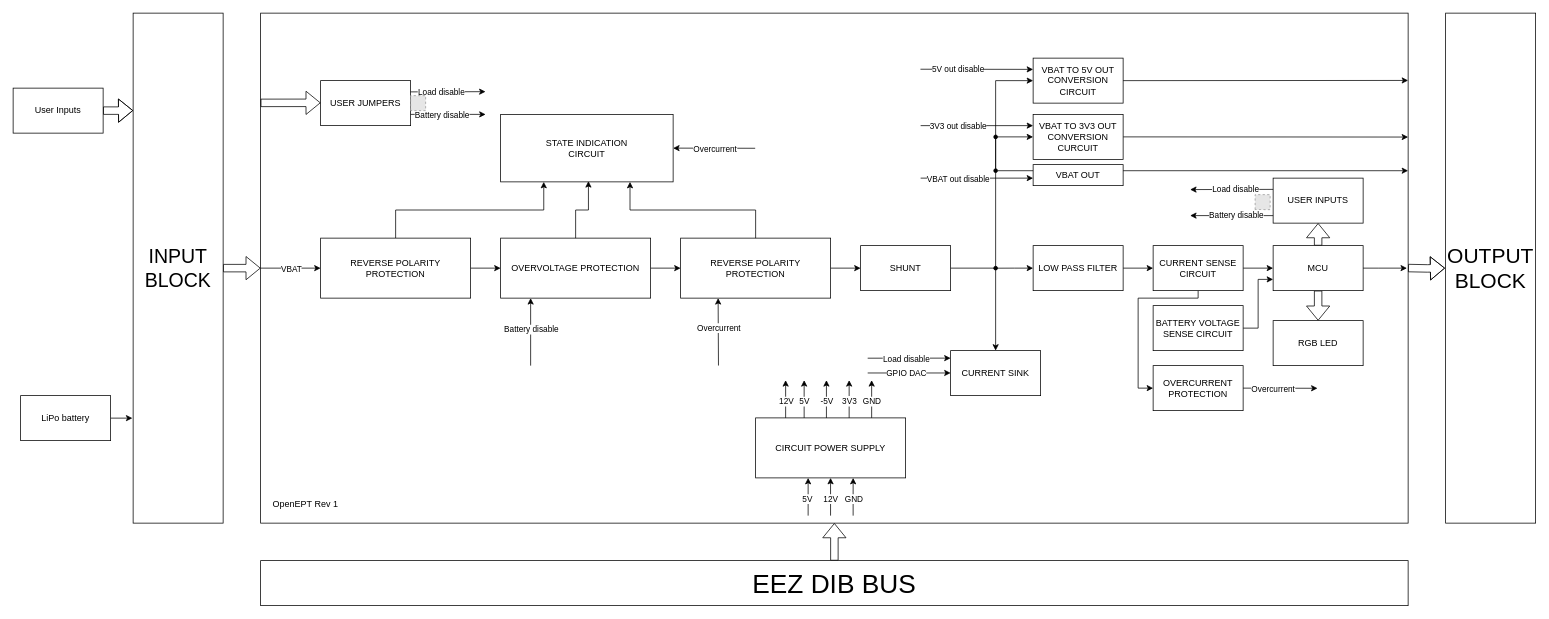
turkmanovic/OpenEPT keeps this draw.io diagram as Hardware/block_diagram_rev1.drawio. Above is the earlier version. Source tidied: cells renumbered, new cells numbered last; positions are measured from the earlier drawing's top-left corner, leaving out a move shared by most shapes. Both pictures are drawn from the tidied source at 75%, with x=0, y=0 at pixel (13, 13). Pictures stored in the file or linked from it are replaced by grey dashed boxes.
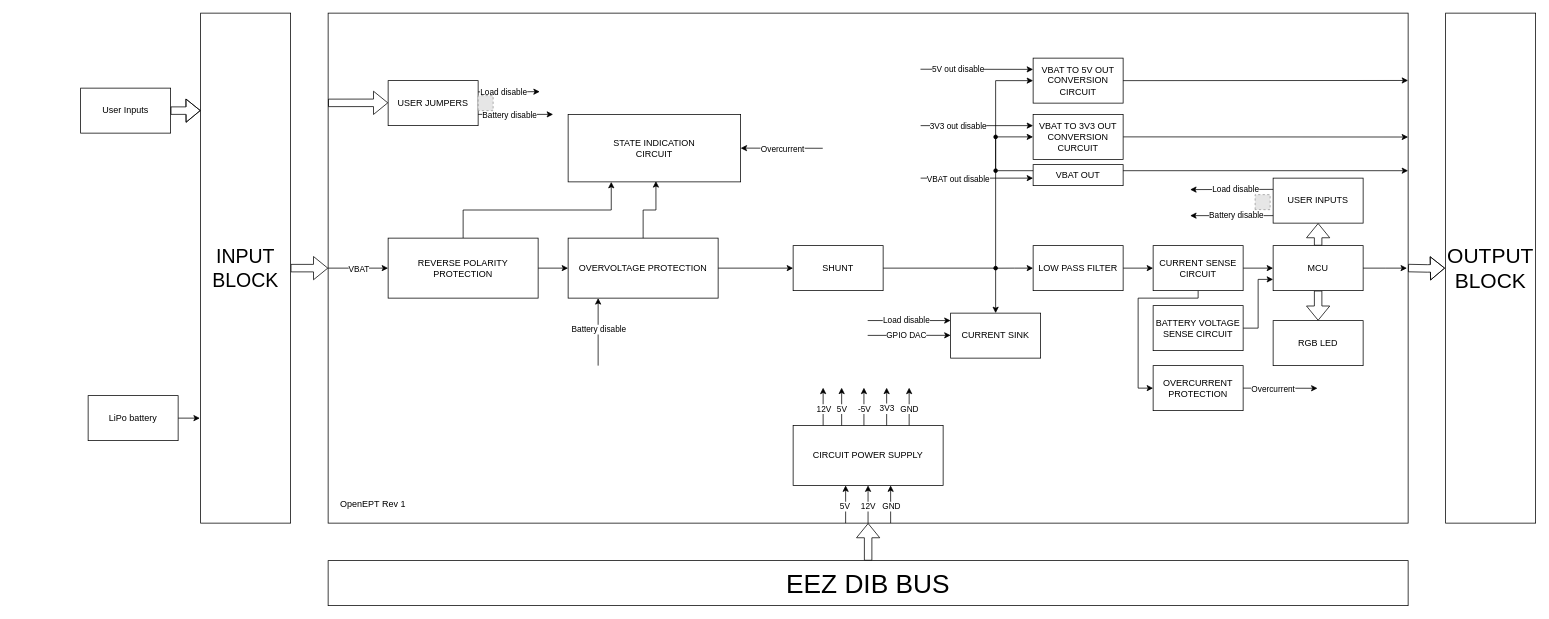
The same page after the edit.

Commit message:
update block scheme

Unchanged cells that the change refers to:
```xml
<mxCell id="15" value="MCU" style="rounded=0;whiteSpace=wrap;html=1;" parent="1" vertex="1">
  <mxGeometry x="1680" y="310" width="120" height="60" as="geometry" />
</mxCell>
<mxCell id="56" value="VBAT TO 5V OUT CONVERSION CIRCUIT" style="rounded=0;whiteSpace=wrap;html=1;" parent="1" vertex="1">
  <mxGeometry x="1360" y="60" width="120" height="60" as="geometry" />
</mxCell>
<mxCell id="58" value="VBAT TO 3V3 OUT CONVERSION CURCUIT" style="rounded=0;whiteSpace=wrap;html=1;" parent="1" vertex="1">
  <mxGeometry x="1360" y="135" width="120" height="60" as="geometry" />
</mxCell>
<mxCell id="59" value="USER INPUTS" style="rounded=0;whiteSpace=wrap;html=1;" parent="1" vertex="1">
  <mxGeometry x="1680" y="220" width="120" height="60" as="geometry" />
</mxCell>
<mxCell id="93" style="ellipse;whiteSpace=wrap;html=1;fillColor=#000000;" parent="1" vertex="1">
  <mxGeometry x="1307.5" y="207.5" width="5" height="5" as="geometry" />
</mxCell>
```

The edit, as a diff of the source:
```diff
@@
     <mxCell id="2" style="rounded=0;whiteSpace=wrap;html=1;fillColor=default;" parent="1" vertex="1">
-      <mxGeometry x="330" width="1530" height="680" as="geometry" />
+      <mxGeometry x="420" width="1440" height="680" as="geometry" />
     </mxCell>
@@
     <mxCell id="6" style="edgeStyle=orthogonalEdgeStyle;rounded=0;orthogonalLoop=1;jettySize=auto;html=1;exitX=0.25;exitY=1;exitDx=0;exitDy=0;startArrow=classic;startFill=1;endArrow=none;endFill=0;" parent="1" edge="1">
       <mxGeometry relative="1" as="geometry">
-        <mxPoint x="1060" y="619.7" as="sourcePoint" />
-        <mxPoint x="1060" y="670" as="targetPoint" />
+        <mxPoint x="1110" y="629.7" as="sourcePoint" />
+        <mxPoint x="1110" y="680" as="targetPoint" />
       </mxGeometry>
     </mxCell>
@@
     <mxCell id="12" value="&lt;div&gt;REVERSE POLARITY&lt;/div&gt;&lt;div&gt;PROTECTION&lt;br&gt;&lt;/div&gt;" style="rounded=0;whiteSpace=wrap;html=1;" parent="1" vertex="1">
-      <mxGeometry x="410" y="300" width="200" height="80" as="geometry" />
+      <mxGeometry x="500" y="300" width="200" height="80" as="geometry" />
     </mxCell>
@@
     <mxCell id="16" value="&lt;div&gt;STATE INDICATION&lt;/div&gt;CIRCUIT" style="rounded=0;whiteSpace=wrap;html=1;" parent="1" vertex="1">
-      <mxGeometry x="650" y="135" width="230" height="90" as="geometry" />
+      <mxGeometry x="740" y="135" width="230" height="90" as="geometry" />
     </mxCell>
@@
     <mxCell id="18" value="CURRENT SINK" style="rounded=0;whiteSpace=wrap;html=1;" parent="1" vertex="1">
-      <mxGeometry x="1250" y="450" width="120" height="60" as="geometry" />
+      <mxGeometry x="1250" y="400" width="120" height="60" as="geometry" />
     </mxCell>
@@
     <mxCell id="20" value="&lt;font style=&quot;font-size: 26px;&quot;&gt;INPUT BLOCK&lt;/font&gt;" style="rounded=0;whiteSpace=wrap;html=1;" parent="1" vertex="1">
-      <mxGeometry x="160" width="120" height="680" as="geometry" />
+      <mxGeometry x="250" width="120" height="680" as="geometry" />
     </mxCell>
@@
     <mxCell id="23" value="&lt;font style=&quot;font-size: 35px;&quot;&gt;EEZ DIB BUS&lt;/font&gt;" style="rounded=0;whiteSpace=wrap;html=1;" parent="1" vertex="1">
-      <mxGeometry x="330" y="730" width="1530" height="60" as="geometry" />
+      <mxGeometry x="420" y="730" width="1440" height="60" as="geometry" />
     </mxCell>
     <mxCell id="24" value="User Inputs" style="rounded=0;whiteSpace=wrap;html=1;" parent="1" vertex="1">
-      <mxGeometry y="100" width="120" height="60" as="geometry" />
+      <mxGeometry x="90" y="100" width="120" height="60" as="geometry" />
     </mxCell>
     <mxCell id="25" value="OpenEPT Rev 1 " style="text;html=1;align=center;verticalAlign=middle;whiteSpace=wrap;rounded=0;" parent="1" vertex="1">
-      <mxGeometry x="340" y="640" width="100" height="30" as="geometry" />
+      <mxGeometry x="430" y="640" width="100" height="30" as="geometry" />
     </mxCell>
@@
     <mxCell id="28" style="edgeStyle=orthogonalEdgeStyle;rounded=0;jettySize=auto;html=1;exitX=1;exitY=0.5;exitDx=0;exitDy=0;entryX=-0.008;entryY=0.795;entryDx=0;entryDy=0;entryPerimeter=0;" parent="1" edge="1" target="20">
       <mxGeometry relative="1" as="geometry">
-        <mxPoint x="130" y="540" as="sourcePoint" />
+        <mxPoint x="220" y="540" as="sourcePoint" />
       </mxGeometry>
     </mxCell>
     <mxCell id="29" value="LiPo battery" style="rounded=0;whiteSpace=wrap;html=1;" parent="1" vertex="1">
-      <mxGeometry x="10" y="510" width="120" height="60" as="geometry" />
+      <mxGeometry x="100" y="510" width="120" height="60" as="geometry" />
     </mxCell>
-    <mxCell id="30" style="edgeStyle=orthogonalEdgeStyle;rounded=0;jettySize=auto;html=1;exitX=1;exitY=0.5;exitDx=0;exitDy=0;entryX=0;entryY=0.5;entryDx=0;entryDy=0;" parent="1" edge="1" source="31" target="33">
+    <mxCell id="30" style="edgeStyle=orthogonalEdgeStyle;rounded=0;jettySize=auto;html=1;exitX=1;exitY=0.5;exitDx=0;exitDy=0;entryX=0;entryY=0.5;entryDx=0;entryDy=0;" parent="1" edge="1" source="31" target="52">
       <mxGeometry relative="1" as="geometry" />
     </mxCell>
     <mxCell id="31" value="OVERVOLTAGE PROTECTION" style="rounded=0;whiteSpace=wrap;html=1;" parent="1" vertex="1">
-      <mxGeometry x="650" y="300" width="200" height="80" as="geometry" />
+      <mxGeometry x="740" y="300" width="200" height="80" as="geometry" />
     </mxCell>
-    <mxCell id="32" style="edgeStyle=orthogonalEdgeStyle;rounded=0;jettySize=auto;html=1;exitX=1;exitY=0.5;exitDx=0;exitDy=0;entryX=0;entryY=0.5;entryDx=0;entryDy=0;" parent="1" edge="1" source="33" target="52">
-      <mxGeometry relative="1" as="geometry" />
-    </mxCell>
-    <mxCell id="33" value="&lt;div&gt;REVERSE POLARITY&lt;/div&gt;&lt;div&gt;PROTECTION&lt;br&gt;&lt;/div&gt;" style="rounded=0;whiteSpace=wrap;html=1;" parent="1" vertex="1">
-      <mxGeometry x="890" y="300" width="200" height="80" as="geometry" />
-    </mxCell>
     <mxCell id="34" style="edgeStyle=orthogonalEdgeStyle;rounded=0;orthogonalLoop=1;jettySize=auto;html=1;exitX=0.25;exitY=1;exitDx=0;exitDy=0;startArrow=classic;startFill=1;endArrow=none;endFill=0;" parent="1" edge="1">
       <mxGeometry relative="1" as="geometry">
-        <mxPoint x="1089.9" y="619.7" as="sourcePoint" />
-        <mxPoint x="1089.9" y="670" as="targetPoint" />
+        <mxPoint x="1139.9" y="629.7" as="sourcePoint" />
+        <mxPoint x="1139.9" y="680" as="targetPoint" />
       </mxGeometry>
     </mxCell>
@@
     <mxCell id="36" style="edgeStyle=orthogonalEdgeStyle;rounded=0;orthogonalLoop=1;jettySize=auto;html=1;exitX=0.25;exitY=1;exitDx=0;exitDy=0;startArrow=classic;startFill=1;endArrow=none;endFill=0;" parent="1" edge="1">
       <mxGeometry relative="1" as="geometry">
-        <mxPoint x="1120" y="619.7" as="sourcePoint" />
-        <mxPoint x="1120" y="670" as="targetPoint" />
+        <mxPoint x="1170" y="629.7" as="sourcePoint" />
+        <mxPoint x="1170" y="680" as="targetPoint" />
       </mxGeometry>
     </mxCell>
@@
     <mxCell id="38" value="CIRCUIT POWER SUPPLY" style="rounded=0;whiteSpace=wrap;html=1;" parent="1" vertex="1">
-      <mxGeometry x="990" y="539.7" width="200" height="80" as="geometry" />
+      <mxGeometry x="1040" y="549.7" width="200" height="80" as="geometry" />
     </mxCell>
     <mxCell id="39" style="edgeStyle=orthogonalEdgeStyle;rounded=0;orthogonalLoop=1;jettySize=auto;html=1;exitX=0.25;exitY=1;exitDx=0;exitDy=0;startArrow=classic;startFill=1;endArrow=none;endFill=0;" parent="1" edge="1">
       <mxGeometry relative="1" as="geometry">
-        <mxPoint x="1054.7" y="489.4" as="sourcePoint" />
-        <mxPoint x="1054.7" y="539.7" as="targetPoint" />
+        <mxPoint x="1104.7" y="499.4" as="sourcePoint" />
+        <mxPoint x="1104.7" y="549.7" as="targetPoint" />
       </mxGeometry>
     </mxCell>
@@
     <mxCell id="41" style="edgeStyle=orthogonalEdgeStyle;rounded=0;orthogonalLoop=1;jettySize=auto;html=1;exitX=0.25;exitY=1;exitDx=0;exitDy=0;startArrow=classic;startFill=1;endArrow=none;endFill=0;" parent="1" edge="1">
       <mxGeometry relative="1" as="geometry">
-        <mxPoint x="1084.4" y="489.4" as="sourcePoint" />
-        <mxPoint x="1084.4" y="539.7" as="targetPoint" />
+        <mxPoint x="1134.4" y="499.4" as="sourcePoint" />
+        <mxPoint x="1134.4" y="549.7" as="targetPoint" />
       </mxGeometry>
     </mxCell>
@@
     <mxCell id="43" style="edgeStyle=orthogonalEdgeStyle;rounded=0;orthogonalLoop=1;jettySize=auto;html=1;exitX=0.25;exitY=1;exitDx=0;exitDy=0;startArrow=classic;startFill=1;endArrow=none;endFill=0;" parent="1" edge="1">
       <mxGeometry relative="1" as="geometry">
-        <mxPoint x="1114.7" y="489.4" as="sourcePoint" />
-        <mxPoint x="1114.7" y="539.7" as="targetPoint" />
+        <mxPoint x="1164.7" y="499.4" as="sourcePoint" />
+        <mxPoint x="1164.7" y="549.7" as="targetPoint" />
       </mxGeometry>
     </mxCell>
@@
     <mxCell id="46" style="edgeStyle=orthogonalEdgeStyle;rounded=0;orthogonalLoop=1;jettySize=auto;html=1;exitX=0.25;exitY=1;exitDx=0;exitDy=0;startArrow=classic;startFill=1;endArrow=none;endFill=0;" parent="1" edge="1">
       <mxGeometry relative="1" as="geometry">
-        <mxPoint x="1144.7" y="489.4" as="sourcePoint" />
-        <mxPoint x="1144.7" y="539.7" as="targetPoint" />
+        <mxPoint x="1194.7" y="499.4" as="sourcePoint" />
+        <mxPoint x="1194.7" y="549.7" as="targetPoint" />
       </mxGeometry>
     </mxCell>
@@
     <mxCell id="52" value="SHUNT" style="rounded=0;whiteSpace=wrap;html=1;" parent="1" vertex="1">
-      <mxGeometry x="1130" y="310" width="120" height="60" as="geometry" />
+      <mxGeometry x="1040" y="310" width="120" height="60" as="geometry" />
     </mxCell>
@@
-    <mxCell id="57" style="rounded=0;jettySize=auto;html=1;exitX=1;exitY=0.5;exitDx=0;exitDy=0;entryX=1;entryY=0.243;entryDx=0;entryDy=0;entryPerimeter=0;" parent="1" edge="1" source="58" target="2">
-      <mxGeometry relative="1" as="geometry" />
+    <mxCell id="57" style="rounded=0;jettySize=auto;html=1;exitX=1;exitY=0.5;exitDx=0;exitDy=0;entryX=1;entryY=0.243;entryDx=0;entryDy=0;entryPerimeter=0;" parent="1" edge="1" source="58">
+      <mxGeometry relative="1" as="geometry">
+        <mxPoint x="1860" y="165.2" as="targetPoint" />
+      </mxGeometry>
     </mxCell>
@@
-    <mxCell id="61" style="endArrow=classic;html=1;rounded=0;edgeStyle=orthogonalEdgeStyle;entryX=1;entryY=0.309;entryDx=0;entryDy=0;entryPerimeter=0;" parent="1" edge="1" source="93" target="2">
+    <mxCell id="61" style="endArrow=classic;html=1;rounded=0;edgeStyle=orthogonalEdgeStyle;entryX=1;entryY=0.309;entryDx=0;entryDy=0;entryPerimeter=0;" parent="1" edge="1" source="93">
       <mxGeometry relative="1" as="geometry">
+        <mxPoint x="1860" y="210.1" as="targetPoint" />
         <Array as="points">
           <mxPoint x="1310" y="210" />
         </Array>
       </mxGeometry>
     </mxCell>
-    <mxCell id="62" style="edgeStyle=orthogonalEdgeStyle;rounded=0;jettySize=auto;html=1;exitX=1;exitY=0.5;exitDx=0;exitDy=0;entryX=0.999;entryY=0.5;entryDx=0;entryDy=0;entryPerimeter=0;" parent="1" edge="1" source="15" target="2">
-      <mxGeometry relative="1" as="geometry" />
+    <mxCell id="62" style="edgeStyle=orthogonalEdgeStyle;rounded=0;jettySize=auto;html=1;exitX=1;exitY=0.5;exitDx=0;exitDy=0;entryX=0.999;entryY=0.5;entryDx=0;entryDy=0;entryPerimeter=0;" parent="1" edge="1" source="15">
+      <mxGeometry relative="1" as="geometry">
+        <mxPoint x="1858.5" y="340" as="targetPoint" />
+      </mxGeometry>
     </mxCell>
@@
-    <mxCell id="64" style="rounded=0;jettySize=auto;html=1;exitX=1;exitY=0.5;exitDx=0;exitDy=0;entryX=1;entryY=0.132;entryDx=0;entryDy=0;entryPerimeter=0;" parent="1" edge="1" source="56" target="2">
-      <mxGeometry relative="1" as="geometry" />
+    <mxCell id="64" style="rounded=0;jettySize=auto;html=1;exitX=1;exitY=0.5;exitDx=0;exitDy=0;entryX=1;entryY=0.132;entryDx=0;entryDy=0;entryPerimeter=0;" parent="1" edge="1" source="56">
+      <mxGeometry relative="1" as="geometry">
+        <mxPoint x="1860" y="89.8" as="targetPoint" />
+      </mxGeometry>
     </mxCell>
@@
-    <mxCell id="66" style="edgeStyle=orthogonalEdgeStyle;rounded=0;jettySize=auto;html=1;exitX=0.5;exitY=0;exitDx=0;exitDy=0;entryX=0.75;entryY=1;entryDx=0;entryDy=0;" parent="1" edge="1" source="33" target="16">
-      <mxGeometry relative="1" as="geometry" />
-    </mxCell>
-    <mxCell id="67" style="rounded=0;jettySize=auto;html=1;exitX=0;exitY=0.25;exitDx=0;exitDy=0;entryX=0.81;entryY=0.346;entryDx=0;entryDy=0;entryPerimeter=0;" parent="1" edge="1" source="59" target="2">
-      <mxGeometry relative="1" as="geometry" />
+    <mxCell id="67" style="rounded=0;jettySize=auto;html=1;exitX=0;exitY=0.25;exitDx=0;exitDy=0;entryX=0.81;entryY=0.346;entryDx=0;entryDy=0;entryPerimeter=0;" parent="1" edge="1" source="59">
+      <mxGeometry relative="1" as="geometry">
+        <mxPoint x="1569.3" y="235.3" as="targetPoint" />
+      </mxGeometry>
     </mxCell>
@@
-    <mxCell id="70" style="rounded=0;jettySize=auto;html=1;exitX=0;exitY=0.25;exitDx=0;exitDy=0;entryX=0.81;entryY=0.397;entryDx=0;entryDy=0;entryPerimeter=0;" parent="1" edge="1" target="2">
+    <mxCell id="70" style="rounded=0;orthogonalLoop=1;jettySize=auto;html=1;exitX=0;exitY=0.25;exitDx=0;exitDy=0;entryX=0.81;entryY=0.397;entryDx=0;entryDy=0;entryPerimeter=0;" parent="1" edge="1">
       <mxGeometry relative="1" as="geometry">
         <mxPoint x="1680" y="270" as="sourcePoint" />
+        <mxPoint x="1569.3" y="270" as="targetPoint" />
       </mxGeometry>
     </mxCell>
@@
     <mxCell id="72" value="USER JUMPERS" style="rounded=0;whiteSpace=wrap;html=1;" parent="1" vertex="1">
-      <mxGeometry x="410" y="90" width="120" height="60" as="geometry" />
+      <mxGeometry x="500" y="90" width="120" height="60" as="geometry" />
     </mxCell>
     <mxCell id="73" style="rounded=0;jettySize=auto;html=1;exitX=0;exitY=0.176;exitDx=0;exitDy=0;entryX=0;entryY=0.191;entryDx=0;entryDy=0;entryPerimeter=0;shape=flexArrow;exitPerimeter=0;" parent="1" edge="1" source="2">
       <mxGeometry relative="1" as="geometry">
-        <mxPoint x="410" y="119.6" as="targetPoint" />
+        <mxPoint x="500" y="119.6" as="targetPoint" />
       </mxGeometry>
     </mxCell>
@@
     <mxCell id="76" style="rounded=0;orthogonalLoop=1;jettySize=auto;html=1;exitX=1;exitY=0.25;exitDx=0;exitDy=0;entryX=0.196;entryY=0.154;entryDx=0;entryDy=0;entryPerimeter=0;" parent="1" edge="1">
       <mxGeometry relative="1" as="geometry">
-        <mxPoint x="530" y="135" as="sourcePoint" />
-        <mxPoint x="630" y="135" as="targetPoint" />
+        <mxPoint x="620" y="135" as="sourcePoint" />
+        <mxPoint x="720" y="135" as="targetPoint" />
       </mxGeometry>
     </mxCell>
@@
     <mxCell id="78" style="fillColor=#E6E6E6;strokeColor=#999999;dashed=1;html=1;verticalAlign=top;verticalLabelPosition=bottom;labelBackgroundColor=#ffffff;rotation=-90;" parent="1" vertex="1">
-      <mxGeometry x="530" y="110" width="20" height="20" as="geometry" />
+      <mxGeometry x="620" y="110" width="20" height="20" as="geometry" />
     </mxCell>
-    <mxCell id="79" style="rounded=0;jettySize=auto;html=1;exitX=1;exitY=0.5;exitDx=0;exitDy=0;startArrow=classic;startFill=1;endArrow=none;endFill=0;entryX=0.431;entryY=0.265;entryDx=0;entryDy=0;entryPerimeter=0;" parent="1" edge="1" source="16" target="2">
+    <mxCell id="79" style="rounded=0;jettySize=auto;html=1;exitX=1;exitY=0.5;exitDx=0;exitDy=0;startArrow=classic;startFill=1;endArrow=none;endFill=0;entryX=0.458;entryY=0.265;entryDx=0;entryDy=0;entryPerimeter=0;" parent="1" edge="1" source="16" target="2">
       <mxGeometry relative="1" as="geometry" />
     </mxCell>
@@
     <mxCell id="83" style="rounded=0;orthogonalLoop=1;jettySize=auto;html=1;exitX=0;exitY=0.5;exitDx=0;exitDy=0;entryX=0.529;entryY=0.706;entryDx=0;entryDy=0;entryPerimeter=0;endArrow=none;endFill=0;startArrow=classic;startFill=1;" parent="1" edge="1">
       <mxGeometry relative="1" as="geometry">
-        <mxPoint x="1250" y="460" as="sourcePoint" />
-        <mxPoint x="1139.4" y="460.1" as="targetPoint" />
+        <mxPoint x="1250" y="409.9" as="sourcePoint" />
+        <mxPoint x="1139.4" y="409.9" as="targetPoint" />
       </mxGeometry>
     </mxCell>
@@
     <mxCell id="85" style="edgeStyle=orthogonalEdgeStyle;rounded=0;orthogonalLoop=1;jettySize=auto;html=1;exitX=0.25;exitY=1;exitDx=0;exitDy=0;startArrow=classic;startFill=1;endArrow=none;endFill=0;" parent="1" edge="1">
       <mxGeometry relative="1" as="geometry">
-        <mxPoint x="1030" y="489.4" as="sourcePoint" />
-        <mxPoint x="1030" y="539.7" as="targetPoint" />
+        <mxPoint x="1080" y="499.4" as="sourcePoint" />
+        <mxPoint x="1080" y="549.7" as="targetPoint" />
       </mxGeometry>
     </mxCell>
@@
-    <mxCell id="88" style="rounded=0;jettySize=auto;html=1;exitX=0;exitY=0.25;exitDx=0;exitDy=0;entryX=0.575;entryY=0.11;entryDx=0;entryDy=0;entryPerimeter=0;startArrow=classic;startFill=1;endArrow=none;endFill=0;" parent="1" edge="1" source="56" target="2">
-      <mxGeometry relative="1" as="geometry" />
+    <mxCell id="88" style="rounded=0;jettySize=auto;html=1;exitX=0;exitY=0.25;exitDx=0;exitDy=0;entryX=0.575;entryY=0.11;entryDx=0;entryDy=0;entryPerimeter=0;startArrow=classic;startFill=1;endArrow=none;endFill=0;" parent="1" edge="1" source="56">
+      <mxGeometry relative="1" as="geometry">
+        <mxPoint x="1209.8" y="74.8" as="targetPoint" />
+      </mxGeometry>
     </mxCell>
@@
-    <mxCell id="95" style="rounded=0;jettySize=auto;html=1;exitX=0.25;exitY=1;exitDx=0;exitDy=0;entryX=0.399;entryY=0.691;entryDx=0;entryDy=0;entryPerimeter=0;startArrow=classic;startFill=1;endArrow=none;endFill=0;" parent="1" edge="1" source="33" target="2">
-      <mxGeometry relative="1" as="geometry" />
-    </mxCell>
-    <mxCell id="96" value="Overcurrent" style="edgeLabel;html=1;align=center;verticalAlign=middle;" parent="95" vertex="1">
-      <mxGeometry x="-0.1" relative="1" as="geometry" />
-    </mxCell>
     <mxCell id="97" style="rounded=0;orthogonalLoop=1;jettySize=auto;html=1;exitX=0.25;exitY=1;exitDx=0;exitDy=0;entryX=0.399;entryY=0.691;entryDx=0;entryDy=0;entryPerimeter=0;startArrow=classic;startFill=1;endArrow=none;endFill=0;" parent="1" edge="1">
       <mxGeometry relative="1" as="geometry">
-        <mxPoint x="690" y="380" as="sourcePoint" />
-        <mxPoint x="690" y="470" as="targetPoint" />
+        <mxPoint x="780" y="380" as="sourcePoint" />
+        <mxPoint x="780" y="470" as="targetPoint" />
       </mxGeometry>
     </mxCell>
@@
     <mxCell id="99" style="rounded=0;orthogonalLoop=1;jettySize=auto;html=1;exitX=0;exitY=0.5;exitDx=0;exitDy=0;entryX=0.529;entryY=0.706;entryDx=0;entryDy=0;entryPerimeter=0;endArrow=none;endFill=0;startArrow=classic;startFill=1;" parent="1" edge="1">
       <mxGeometry relative="1" as="geometry">
-        <mxPoint x="1250" y="479.8" as="sourcePoint" />
-        <mxPoint x="1139.4" y="479.8" as="targetPoint" />
+        <mxPoint x="1250" y="429.6" as="sourcePoint" />
+        <mxPoint x="1139.4" y="429.7" as="targetPoint" />
       </mxGeometry>
     </mxCell>
```
